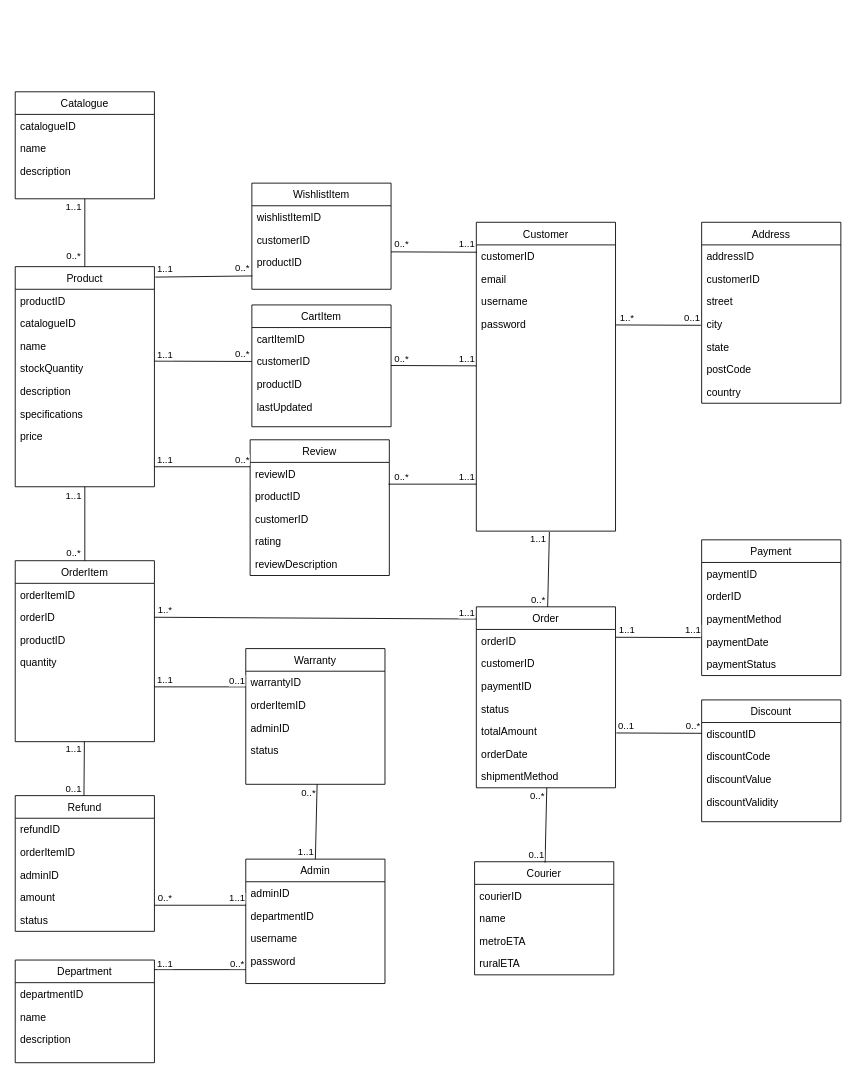
The draw.io diagram ITC211 System Analysis and Design/Untitled Diagram.drawio in Sam-WebP/CSU, before the edit. Source tidied: cells renumbered, new cells numbered last; positions are measured from the earlier drawing's top-left corner, leaving out a move shared by most shapes. Both pictures are drawn from the tidied source at 87%, with x=0, y=0 at pixel (15, 91).
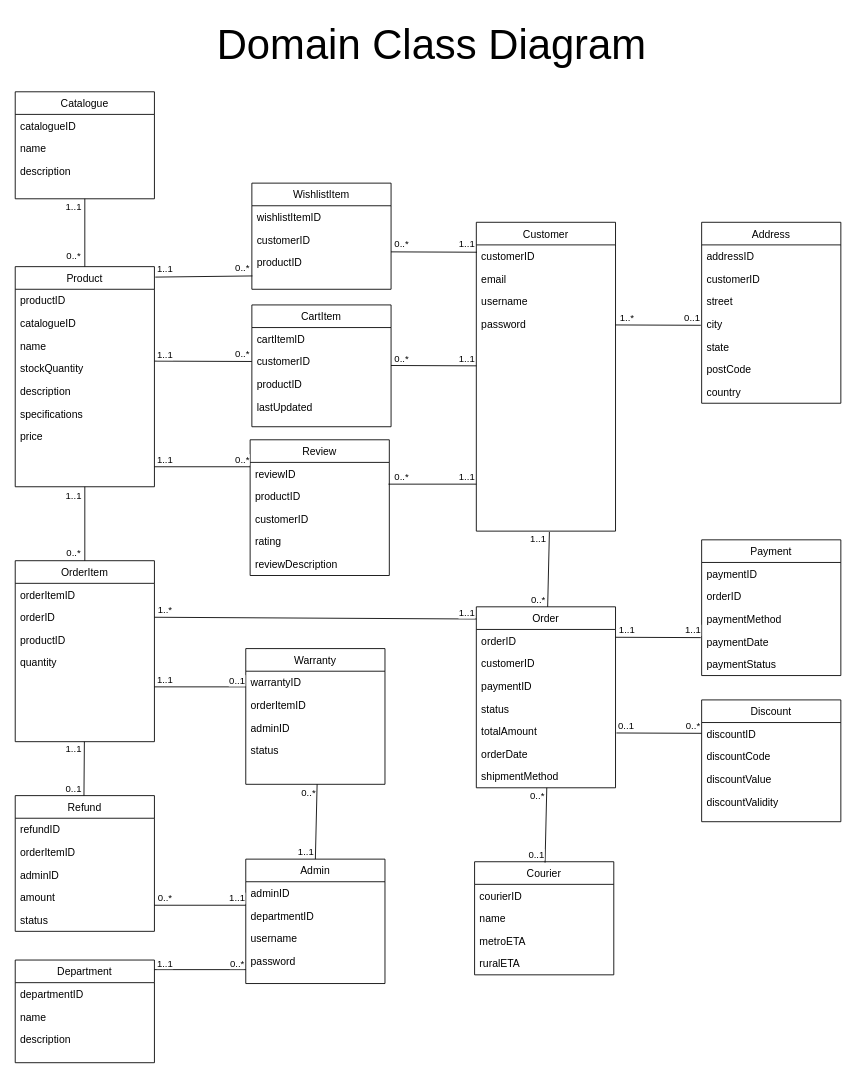
The same page after the edit.

Diff of the diagram source:
```diff
@@
+    <mxCell id="148" value="&lt;font style=&quot;font-size: 48px;&quot;&gt;Domain Class Diagram&amp;nbsp;&lt;/font&gt;&lt;p&gt;&lt;br&gt;&lt;br&gt;&lt;/p&gt;" style="text;html=1;align=center;verticalAlign=middle;strokeColor=none;fillColor=none;" parent="1" vertex="1">
+      <mxGeometry x="222" y="-88" width="525" height="122" as="geometry" />
+    </mxCell>
```
